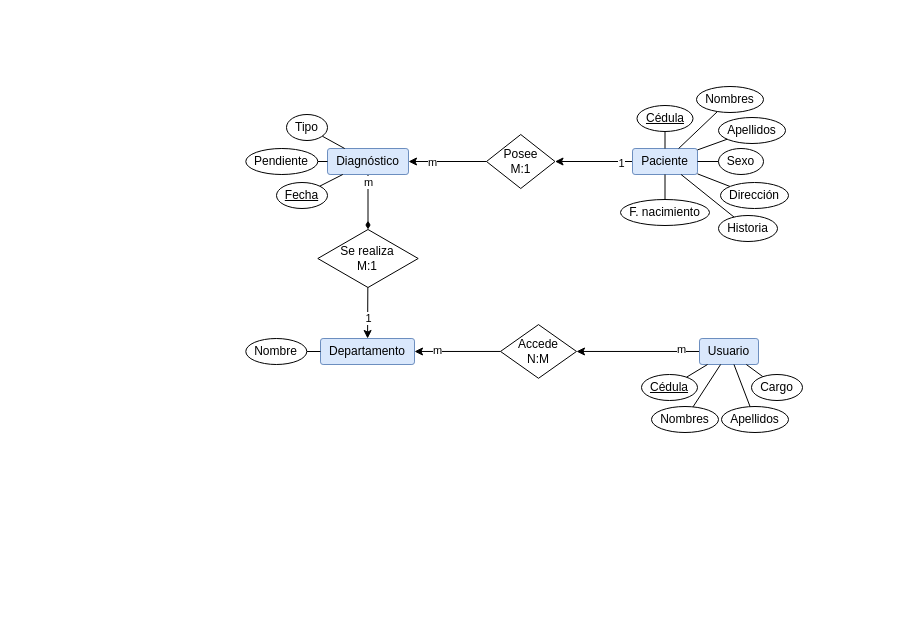
Before: docs/Diagramas.drawio in fadrian06/haju, a draw.io diagram. Source tidied: cells renumbered, new cells numbered last; positions are measured from the earlier drawing's top-left corner, leaving out a move shared by most shapes. Both pictures are drawn from the tidied source at 100%, with x=0, y=0 at pixel (245, 86).
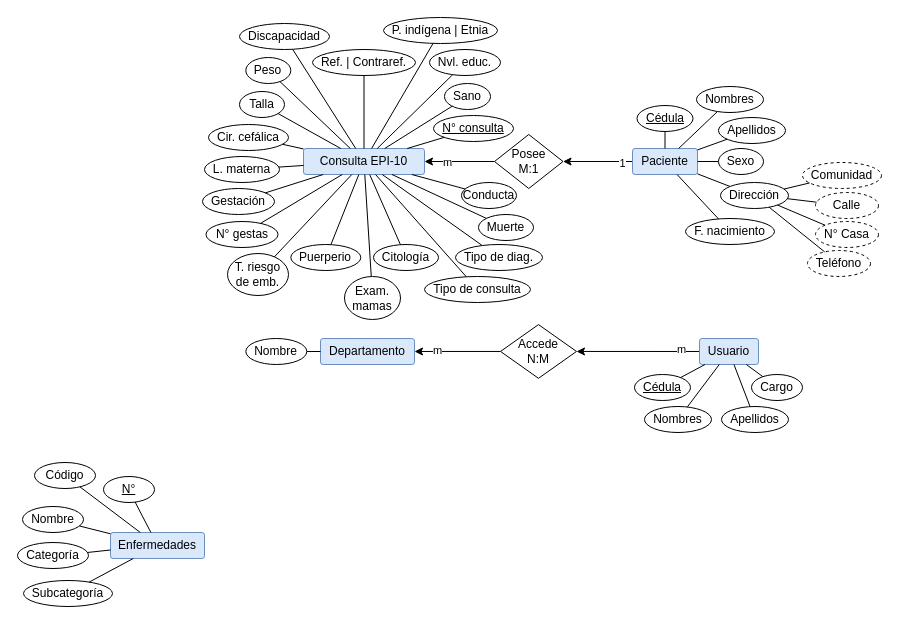
Above is the later version.

Commit message:
Añadida entidad "Consulta EPI-10"

Unchanged cells that the change refers to:
```xml
<mxCell id="2" value="Departamento" style="rounded=1;arcSize=10;whiteSpace=wrap;html=1;align=center;fillColor=#dae8fc;strokeColor=#6c8ebf;" parent="1" vertex="1">
  <mxGeometry x="75" y="252" width="94" height="26" as="geometry" />
</mxCell>
<mxCell id="7" value="Paciente" style="rounded=1;arcSize=10;whiteSpace=wrap;html=1;align=center;fillColor=#dae8fc;strokeColor=#6c8ebf;" parent="1" vertex="1">
  <mxGeometry x="387" y="62" width="65" height="26" as="geometry" />
</mxCell>
<mxCell id="31" value="Dirección" style="ellipse;whiteSpace=wrap;html=1;align=center;" parent="1" vertex="1">
  <mxGeometry x="475" y="96" width="68" height="26" as="geometry" />
</mxCell>
```

Diff of the diagram source:
```diff
@@
     <mxCell id="15" value="F. nacimiento" style="ellipse;whiteSpace=wrap;html=1;align=center;" parent="1" vertex="1">
-      <mxGeometry x="375" y="113" width="89" height="26" as="geometry" />
+      <mxGeometry x="440" y="132" width="89" height="26" as="geometry" />
     </mxCell>
@@
     <mxCell id="20" value="Cédula" style="ellipse;whiteSpace=wrap;html=1;align=center;fontStyle=4;" parent="1" vertex="1">
-      <mxGeometry x="396" y="288" width="56" height="26" as="geometry" />
+      <mxGeometry x="389" y="288" width="56" height="26" as="geometry" />
     </mxCell>
@@
     <mxCell id="22" value="Nombres" style="ellipse;whiteSpace=wrap;html=1;align=center;" parent="1" vertex="1">
-      <mxGeometry x="406" y="320" width="67" height="26" as="geometry" />
+      <mxGeometry x="399" y="320" width="67" height="26" as="geometry" />
     </mxCell>
@@
-    <mxCell id="32" style="edgeStyle=none;rounded=0;jettySize=auto;html=1;startArrow=none;startFill=0;endArrow=diamondThin;endFill=1;" parent="1" edge="1" source="34" target="48">
-      <mxGeometry relative="1" as="geometry" />
-    </mxCell>
-    <mxCell id="33" value="m" style="edgeLabel;html=1;align=center;verticalAlign=middle;" parent="32" vertex="1">
-      <mxGeometry x="-0.76" relative="1" as="geometry" />
-    </mxCell>
-    <mxCell id="34" value="Diagnóstico" style="rounded=1;arcSize=10;whiteSpace=wrap;html=1;align=center;fillColor=#dae8fc;strokeColor=#6c8ebf;" parent="1" vertex="1">
-      <mxGeometry x="82" y="62" width="81" height="26" as="geometry" />
+    <mxCell id="34" value="Consulta EPI-10" style="rounded=1;arcSize=10;whiteSpace=wrap;html=1;align=center;fillColor=#dae8fc;strokeColor=#6c8ebf;" parent="1" vertex="1">
+      <mxGeometry x="58" y="62" width="121" height="26" as="geometry" />
     </mxCell>
-    <mxCell id="35" style="edgeStyle=none;rounded=0;jettySize=auto;html=1;startArrow=none;startFill=0;endArrow=none;endFill=0;" parent="1" edge="1" source="36" target="34">
-      <mxGeometry relative="1" as="geometry" />
-    </mxCell>
-    <mxCell id="36" value="Fecha" style="ellipse;whiteSpace=wrap;html=1;align=center;fontStyle=4;" parent="1" vertex="1">
-      <mxGeometry x="31" y="96" width="51" height="26" as="geometry" />
-    </mxCell>
@@
     <mxCell id="39" value="Posee&lt;br&gt;M:1" style="shape=rhombus;perimeter=rhombusPerimeter;whiteSpace=wrap;html=1;align=center;" parent="1" vertex="1">
-      <mxGeometry x="241" y="48" width="68.5" height="54" as="geometry" />
+      <mxGeometry x="249" y="48" width="68.5" height="54" as="geometry" />
     </mxCell>
-    <mxCell id="40" style="edgeStyle=none;rounded=0;jettySize=auto;html=1;startArrow=none;startFill=0;endArrow=none;endFill=0;" parent="1" edge="1" source="41" target="34">
-      <mxGeometry relative="1" as="geometry" />
-    </mxCell>
-    <mxCell id="41" value="Tipo" style="ellipse;whiteSpace=wrap;html=1;align=center;" parent="1" vertex="1">
-      <mxGeometry x="41" y="28" width="41" height="26" as="geometry" />
-    </mxCell>
-    <mxCell id="42" style="edgeStyle=none;rounded=0;jettySize=auto;html=1;startArrow=none;startFill=0;endArrow=none;endFill=0;" parent="1" edge="1" source="43" target="34">
-      <mxGeometry relative="1" as="geometry" />
-    </mxCell>
-    <mxCell id="43" value="Pendiente" style="ellipse;whiteSpace=wrap;html=1;align=center;" parent="1" vertex="1">
-      <mxGeometry x="0.3" y="62" width="72" height="26" as="geometry" />
-    </mxCell>
@@
-    <mxCell id="46" style="edgeStyle=none;rounded=0;jettySize=auto;html=1;startArrow=none;startFill=0;endArrow=classic;endFill=1;" parent="1" edge="1" source="48" target="2">
-      <mxGeometry relative="1" as="geometry" />
-    </mxCell>
-    <mxCell id="47" value="1" style="edgeLabel;html=1;align=center;verticalAlign=middle;" parent="46" vertex="1">
-      <mxGeometry x="0.65" y="1" relative="1" as="geometry">
-        <mxPoint x="-1" y="-11" as="offset" />
-      </mxGeometry>
-    </mxCell>
-    <mxCell id="48" value="Se realiza&lt;br&gt;M:1" style="shape=rhombus;perimeter=rhombusPerimeter;whiteSpace=wrap;html=1;align=center;" parent="1" vertex="1">
-      <mxGeometry x="72.3" y="143" width="100.4" height="58" as="geometry" />
-    </mxCell>
-    <mxCell id="49" style="edgeStyle=none;rounded=0;jettySize=auto;html=1;startArrow=none;startFill=0;endArrow=none;endFill=0;" parent="1" edge="1" source="50" target="7">
-      <mxGeometry relative="1" as="geometry" />
-    </mxCell>
-    <mxCell id="50" value="Historia" style="ellipse;whiteSpace=wrap;html=1;align=center;" parent="1" vertex="1">
-      <mxGeometry x="473" y="129" width="59" height="26" as="geometry" />
-    </mxCell>
+    <mxCell id="51" value="Comunidad" style="ellipse;whiteSpace=wrap;html=1;align=center;dashed=1;" parent="1" vertex="1">
+      <mxGeometry x="557" y="76" width="79" height="26" as="geometry" />
+    </mxCell>
+    <mxCell id="52" value="N° Casa" style="ellipse;whiteSpace=wrap;html=1;align=center;dashed=1;" parent="1" vertex="1">
+      <mxGeometry x="570" y="135" width="63" height="26" as="geometry" />
+    </mxCell>
+    <mxCell id="53" value="Teléfono" style="ellipse;whiteSpace=wrap;html=1;align=center;dashed=1;" parent="1" vertex="1">
+      <mxGeometry x="562" y="164" width="63" height="26" as="geometry" />
+    </mxCell>
+    <mxCell id="54" style="endArrow=none;html=1;rounded=0;" parent="1" edge="1" source="31" target="51">
+      <mxGeometry relative="1" as="geometry" />
+    </mxCell>
+    <mxCell id="55" style="endArrow=none;html=1;rounded=0;" parent="1" edge="1" source="31" target="52">
+      <mxGeometry relative="1" as="geometry" />
+    </mxCell>
+    <mxCell id="56" style="endArrow=none;html=1;rounded=0;" parent="1" edge="1" source="31" target="53">
+      <mxGeometry relative="1" as="geometry" />
+    </mxCell>
+    <mxCell id="57" value="Calle" style="ellipse;whiteSpace=wrap;html=1;align=center;dashed=1;" parent="1" vertex="1">
+      <mxGeometry x="570" y="106" width="63" height="26" as="geometry" />
+    </mxCell>
+    <mxCell id="58" style="endArrow=none;html=1;rounded=0;" parent="1" edge="1" source="31" target="57">
+      <mxGeometry relative="1" as="geometry" />
+    </mxCell>
+    <mxCell id="59" value="Enfermedades" style="rounded=1;arcSize=10;whiteSpace=wrap;html=1;align=center;fillColor=#dae8fc;strokeColor=#6c8ebf;" parent="1" vertex="1">
+      <mxGeometry x="-135" y="446" width="94" height="26" as="geometry" />
+    </mxCell>
+    <mxCell id="60" value="Nombre" style="ellipse;whiteSpace=wrap;html=1;align=center;" parent="1" vertex="1">
+      <mxGeometry x="-223" y="420" width="61" height="26" as="geometry" />
+    </mxCell>
+    <mxCell id="61" value="Categoría" style="ellipse;whiteSpace=wrap;html=1;align=center;" parent="1" vertex="1">
+      <mxGeometry x="-228" y="456" width="71" height="26" as="geometry" />
+    </mxCell>
+    <mxCell id="62" value="Subcategoría" style="ellipse;whiteSpace=wrap;html=1;align=center;" parent="1" vertex="1">
+      <mxGeometry x="-222" y="494" width="89" height="26" as="geometry" />
+    </mxCell>
+    <mxCell id="63" style="endArrow=none;html=1;rounded=0;" parent="1" edge="1" source="67" target="59">
+      <mxGeometry relative="1" as="geometry" />
+    </mxCell>
+    <mxCell id="64" style="endArrow=none;html=1;rounded=0;" parent="1" edge="1" source="60" target="59">
+      <mxGeometry relative="1" as="geometry" />
+    </mxCell>
+    <mxCell id="65" style="endArrow=none;html=1;rounded=0;" parent="1" edge="1" source="61" target="59">
+      <mxGeometry relative="1" as="geometry" />
+    </mxCell>
+    <mxCell id="66" style="endArrow=none;html=1;rounded=0;" parent="1" edge="1" source="62" target="59">
+      <mxGeometry relative="1" as="geometry" />
+    </mxCell>
+    <mxCell id="67" value="Código" style="ellipse;whiteSpace=wrap;html=1;align=center;" parent="1" vertex="1">
+      <mxGeometry x="-211" y="376" width="61" height="26" as="geometry" />
+    </mxCell>
+    <mxCell id="68" value="N°" style="ellipse;whiteSpace=wrap;html=1;align=center;fontStyle=4;" parent="1" vertex="1">
+      <mxGeometry x="-142" y="390" width="51" height="26" as="geometry" />
+    </mxCell>
+    <mxCell id="69" style="endArrow=none;html=1;rounded=0;" parent="1" edge="1" source="68" target="59">
+      <mxGeometry relative="1" as="geometry" />
+    </mxCell>
+    <mxCell id="70" value="N° consulta" style="ellipse;whiteSpace=wrap;html=1;align=center;fontStyle=4;" parent="1" vertex="1">
+      <mxGeometry x="188" y="29" width="80" height="26" as="geometry" />
+    </mxCell>
+    <mxCell id="71" style="rounded=0;jettySize=auto;html=1;endArrow=none;endFill=0;" parent="1" edge="1" source="70" target="34">
+      <mxGeometry relative="1" as="geometry" />
+    </mxCell>
+    <mxCell id="72" value="Sano" style="ellipse;whiteSpace=wrap;html=1;align=center;" parent="1" vertex="1">
+      <mxGeometry x="199" y="-3" width="46" height="26" as="geometry" />
+    </mxCell>
+    <mxCell id="73" value="Nvl. educ." style="ellipse;whiteSpace=wrap;html=1;align=center;" parent="1" vertex="1">
+      <mxGeometry x="184" y="-37" width="71" height="26" as="geometry" />
+    </mxCell>
+    <mxCell id="74" style="rounded=0;jettySize=auto;html=1;endArrow=none;endFill=0;" parent="1" edge="1" source="72" target="34">
+      <mxGeometry relative="1" as="geometry" />
+    </mxCell>
+    <mxCell id="75" style="rounded=0;jettySize=auto;html=1;endArrow=none;endFill=0;" parent="1" edge="1" source="73" target="34">
+      <mxGeometry relative="1" as="geometry" />
+    </mxCell>
+    <mxCell id="76" value="P. indígena | Etnia" style="ellipse;whiteSpace=wrap;html=1;align=center;" parent="1" vertex="1">
+      <mxGeometry x="138" y="-69" width="114" height="26" as="geometry" />
+    </mxCell>
+    <mxCell id="77" style="rounded=0;jettySize=auto;html=1;endArrow=none;endFill=0;" parent="1" edge="1" source="76" target="34">
+      <mxGeometry relative="1" as="geometry" />
+    </mxCell>
+    <mxCell id="78" value="Ref. | Contraref." style="ellipse;whiteSpace=wrap;html=1;align=center;" parent="1" vertex="1">
+      <mxGeometry x="67" y="-37" width="103" height="26" as="geometry" />
+    </mxCell>
+    <mxCell id="79" style="rounded=0;jettySize=auto;html=1;endArrow=none;endFill=0;" parent="1" edge="1" source="78" target="34">
+      <mxGeometry relative="1" as="geometry" />
+    </mxCell>
+    <mxCell id="80" value="Discapacidad" style="ellipse;whiteSpace=wrap;html=1;align=center;" parent="1" vertex="1">
+      <mxGeometry x="-6" y="-63" width="90" height="26" as="geometry" />
+    </mxCell>
+    <mxCell id="81" style="rounded=0;jettySize=auto;html=1;endArrow=none;endFill=0;" parent="1" edge="1" source="80" target="34">
+      <mxGeometry relative="1" as="geometry" />
+    </mxCell>
+    <mxCell id="82" value="Peso" style="ellipse;whiteSpace=wrap;html=1;align=center;" parent="1" vertex="1">
+      <mxGeometry x="0.3" y="-29" width="45" height="26" as="geometry" />
+    </mxCell>
+    <mxCell id="83" style="rounded=0;jettySize=auto;html=1;endArrow=none;endFill=0;" parent="1" edge="1" source="82" target="34">
+      <mxGeometry relative="1" as="geometry" />
+    </mxCell>
+    <mxCell id="84" value="Talla" style="ellipse;whiteSpace=wrap;html=1;align=center;" parent="1" vertex="1">
+      <mxGeometry x="-6" y="5" width="45" height="26" as="geometry" />
+    </mxCell>
+    <mxCell id="85" style="rounded=0;jettySize=auto;html=1;endArrow=none;endFill=0;" parent="1" edge="1" source="84" target="34">
+      <mxGeometry relative="1" as="geometry" />
+    </mxCell>
+    <mxCell id="86" value="Cir. cefálica" style="ellipse;whiteSpace=wrap;html=1;align=center;" parent="1" vertex="1">
+      <mxGeometry x="-37" y="38" width="80" height="26" as="geometry" />
+    </mxCell>
+    <mxCell id="87" style="rounded=0;jettySize=auto;html=1;endArrow=none;endFill=0;" parent="1" edge="1" source="86" target="34">
+      <mxGeometry relative="1" as="geometry" />
+    </mxCell>
+    <mxCell id="88" value="L. materna" style="ellipse;whiteSpace=wrap;html=1;align=center;" parent="1" vertex="1">
+      <mxGeometry x="-41" y="70" width="75" height="26" as="geometry" />
+    </mxCell>
+    <mxCell id="89" style="rounded=0;jettySize=auto;html=1;endArrow=none;endFill=0;" parent="1" edge="1" source="88" target="34">
+      <mxGeometry relative="1" as="geometry" />
+    </mxCell>
+    <mxCell id="90" value="Gestación" style="ellipse;whiteSpace=wrap;html=1;align=center;" parent="1" vertex="1">
+      <mxGeometry x="-43" y="102" width="72" height="26" as="geometry" />
+    </mxCell>
+    <mxCell id="91" style="rounded=0;jettySize=auto;html=1;endArrow=none;endFill=0;" parent="1" edge="1" source="90" target="34">
+      <mxGeometry relative="1" as="geometry" />
+    </mxCell>
+    <mxCell id="92" value="N° gestas" style="ellipse;whiteSpace=wrap;html=1;align=center;" parent="1" vertex="1">
+      <mxGeometry x="-39.5" y="135" width="72" height="26" as="geometry" />
+    </mxCell>
+    <mxCell id="93" style="rounded=0;jettySize=auto;html=1;endArrow=none;endFill=0;" parent="1" edge="1" source="92" target="34">
+      <mxGeometry relative="1" as="geometry" />
+    </mxCell>
+    <mxCell id="94" value="T. riesgo de emb." style="ellipse;whiteSpace=wrap;html=1;align=center;" parent="1" vertex="1">
+      <mxGeometry x="-18" y="167" width="61" height="42" as="geometry" />
+    </mxCell>
+    <mxCell id="95" style="rounded=0;jettySize=auto;html=1;endArrow=none;endFill=0;" parent="1" edge="1" source="94" target="34">
+      <mxGeometry relative="1" as="geometry" />
+    </mxCell>
+    <mxCell id="96" value="Puerperio" style="ellipse;whiteSpace=wrap;html=1;align=center;" parent="1" vertex="1">
+      <mxGeometry x="45.3" y="158" width="70" height="26" as="geometry" />
+    </mxCell>
+    <mxCell id="97" style="rounded=0;jettySize=auto;html=1;endArrow=none;endFill=0;" parent="1" edge="1" source="96" target="34">
+      <mxGeometry relative="1" as="geometry" />
+    </mxCell>
+    <mxCell id="98" value="Exam. mamas" style="ellipse;whiteSpace=wrap;html=1;align=center;" parent="1" vertex="1">
+      <mxGeometry x="99" y="190" width="56" height="43" as="geometry" />
+    </mxCell>
+    <mxCell id="99" style="rounded=0;jettySize=auto;html=1;endArrow=none;endFill=0;" parent="1" edge="1" source="98" target="34">
+      <mxGeometry relative="1" as="geometry" />
+    </mxCell>
+    <mxCell id="100" value="Citología" style="ellipse;whiteSpace=wrap;html=1;align=center;" parent="1" vertex="1">
+      <mxGeometry x="128" y="158" width="65" height="26" as="geometry" />
+    </mxCell>
+    <mxCell id="101" style="rounded=0;jettySize=auto;html=1;endArrow=none;endFill=0;" parent="1" edge="1" source="100" target="34">
+      <mxGeometry relative="1" as="geometry" />
+    </mxCell>
+    <mxCell id="102" value="Tipo de consulta" style="ellipse;whiteSpace=wrap;html=1;align=center;" parent="1" vertex="1">
+      <mxGeometry x="179" y="190" width="106" height="26" as="geometry" />
+    </mxCell>
+    <mxCell id="103" style="rounded=0;jettySize=auto;html=1;endArrow=none;endFill=0;" parent="1" edge="1" source="102" target="34">
+      <mxGeometry relative="1" as="geometry" />
+    </mxCell>
+    <mxCell id="104" value="Tipo de diag." style="ellipse;whiteSpace=wrap;html=1;align=center;" parent="1" vertex="1">
+      <mxGeometry x="210" y="158" width="87" height="26" as="geometry" />
+    </mxCell>
+    <mxCell id="105" style="rounded=0;jettySize=auto;html=1;endArrow=none;endFill=0;" parent="1" edge="1" source="104" target="34">
+      <mxGeometry relative="1" as="geometry" />
+    </mxCell>
+    <mxCell id="106" value="Muerte" style="ellipse;whiteSpace=wrap;html=1;align=center;" parent="1" vertex="1">
+      <mxGeometry x="233" y="128" width="55" height="26" as="geometry" />
+    </mxCell>
+    <mxCell id="107" style="rounded=0;jettySize=auto;html=1;endArrow=none;endFill=0;" parent="1" edge="1" source="106" target="34">
+      <mxGeometry relative="1" as="geometry" />
+    </mxCell>
+    <mxCell id="108" value="Conducta" style="ellipse;whiteSpace=wrap;html=1;align=center;" parent="1" vertex="1">
+      <mxGeometry x="216" y="96" width="55" height="26" as="geometry" />
+    </mxCell>
+    <mxCell id="109" style="rounded=0;jettySize=auto;html=1;endArrow=none;endFill=0;" parent="1" edge="1" source="108" target="34">
+      <mxGeometry relative="1" as="geometry" />
+    </mxCell>
```
